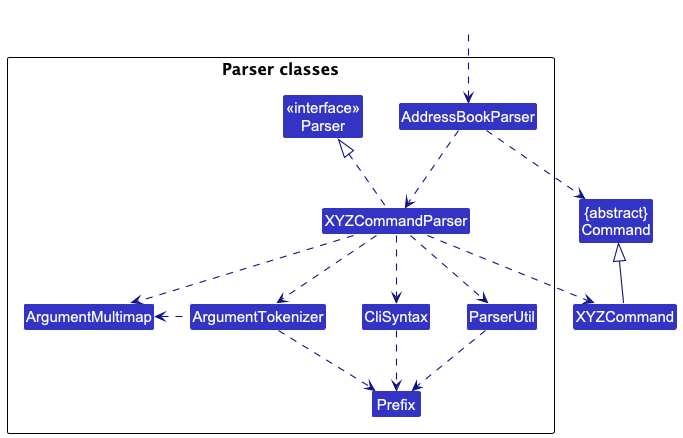
Above: docs/images/ParserClasses.png in jaxwong/tp (PlantUML), before the change. Source of this version:
```plantuml
@startuml
!include style.puml
skinparam arrowThickness 1.1
skinparam arrowColor LOGIC_COLOR_T4
skinparam classBackgroundColor LOGIC_COLOR

Class "{abstract}\nCommand" as Command
Class XYZCommand

package "Parser classes"{
Class "<<interface>>\nParser" as Parser
Class AddressBookParser
Class XYZCommandParser
Class CliSyntax
Class ParserUtil
Class ArgumentMultimap
Class ArgumentTokenizer
Class Prefix
}

Class HiddenOutside #FFFFFF
HiddenOutside ..> AddressBookParser

AddressBookParser .down.> XYZCommandParser

XYZCommandParser ..> XYZCommand
AddressBookParser ..> Command
XYZCommandParser .up.|> Parser
XYZCommandParser ..> ArgumentMultimap
XYZCommandParser ..> ArgumentTokenizer
ArgumentTokenizer .left.> ArgumentMultimap
XYZCommandParser ..> CliSyntax
CliSyntax ..> Prefix
XYZCommandParser ..> ParserUtil
ParserUtil .down.> Prefix
ArgumentTokenizer .down.> Prefix
XYZCommand -up-|> Command
@enduml
```
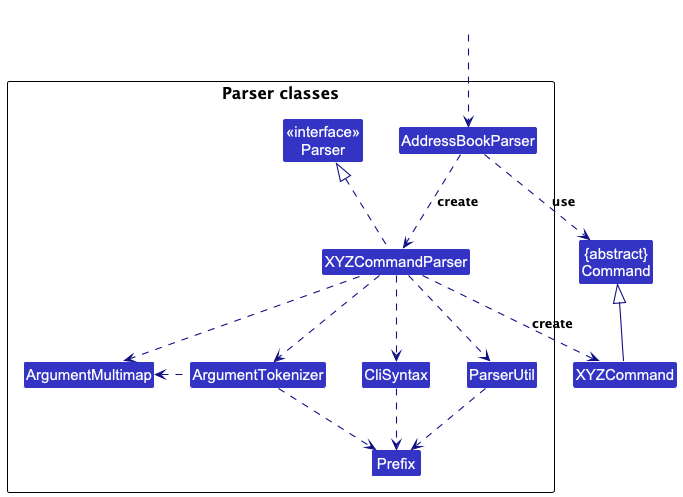
Above is the later version.

Commit message:
Put back dependency labels

The edit, as a diff of the source:
```diff
@@ -21,10 +21,10 @@
 Class HiddenOutside #FFFFFF
 HiddenOutside ..> AddressBookParser
 
-AddressBookParser .down.> XYZCommandParser
+AddressBookParser .down.> XYZCommandParser : create
 
-XYZCommandParser ..> XYZCommand
-AddressBookParser ..> Command
+XYZCommandParser ..> XYZCommand : create
+AddressBookParser ..> Command : use
 XYZCommandParser .up.|> Parser
 XYZCommandParser ..> ArgumentMultimap
 XYZCommandParser ..> ArgumentTokenizer
```
